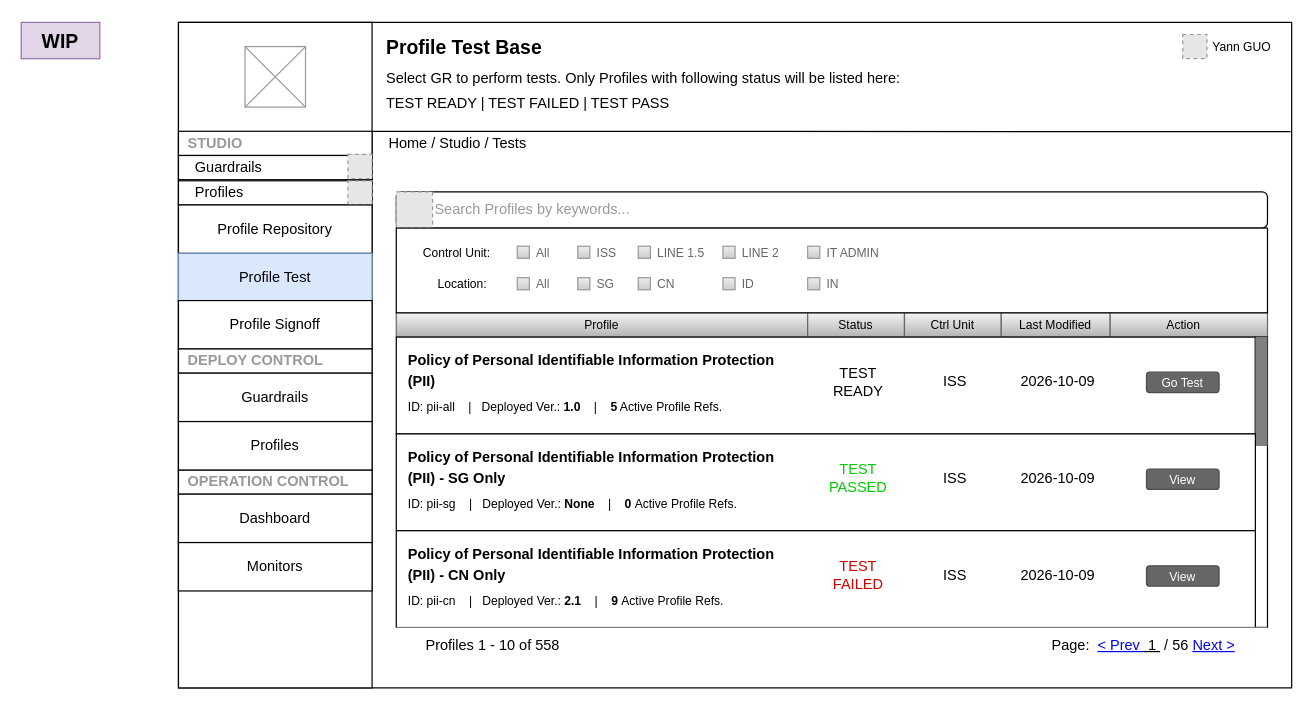
Earlier version of the draw.io diagram page "ST-PF-TST-Index" (14 of 21) of NMGR.drawio (thinker-g/fx-drive). Source tidied: cells renumbered, new cells numbered last; positions are measured from the earlier drawing's top-left corner, leaving out a move shared by most shapes. Both pictures are drawn from the tidied source at 121%, with x=0, y=0 at pixel (21, 22). Pictures stored in the file or linked from it are replaced by grey dashed boxes.
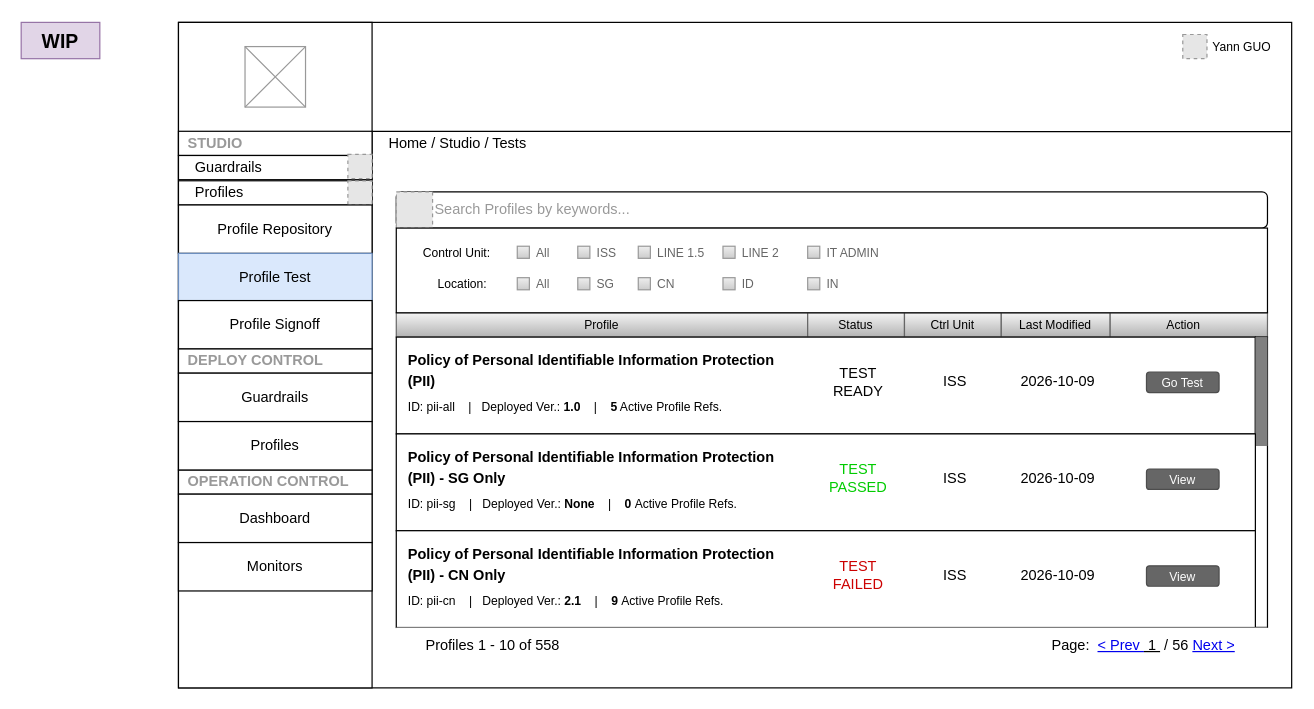
After the change.

Change to the diagram source:
```diff
@@
-    <mxCell id="5" value="&lt;h1 style=&quot;margin-top: 0px; margin-bottom: 0px;&quot;&gt;&lt;span style=&quot;font-size: 16px;&quot;&gt;Profile Test Base&lt;/span&gt;&lt;/h1&gt;&lt;p style=&quot;margin-bottom: 6px; margin-top: 6px;&quot;&gt;Select GR to perform tests. Only Profiles with following status will be listed here:&lt;/p&gt;&lt;p style=&quot;margin-bottom: 6px; margin-top: 6px;&quot;&gt;TEST READY | TEST FAILED | TEST PASS&lt;/p&gt;" style="text;html=1;whiteSpace=wrap;overflow=hidden;rounded=0;spacing=0;spacingLeft=12;" parent="1" vertex="1">
-      <mxGeometry x="290" width="760" height="90" as="geometry" />
-    </mxCell>
```
